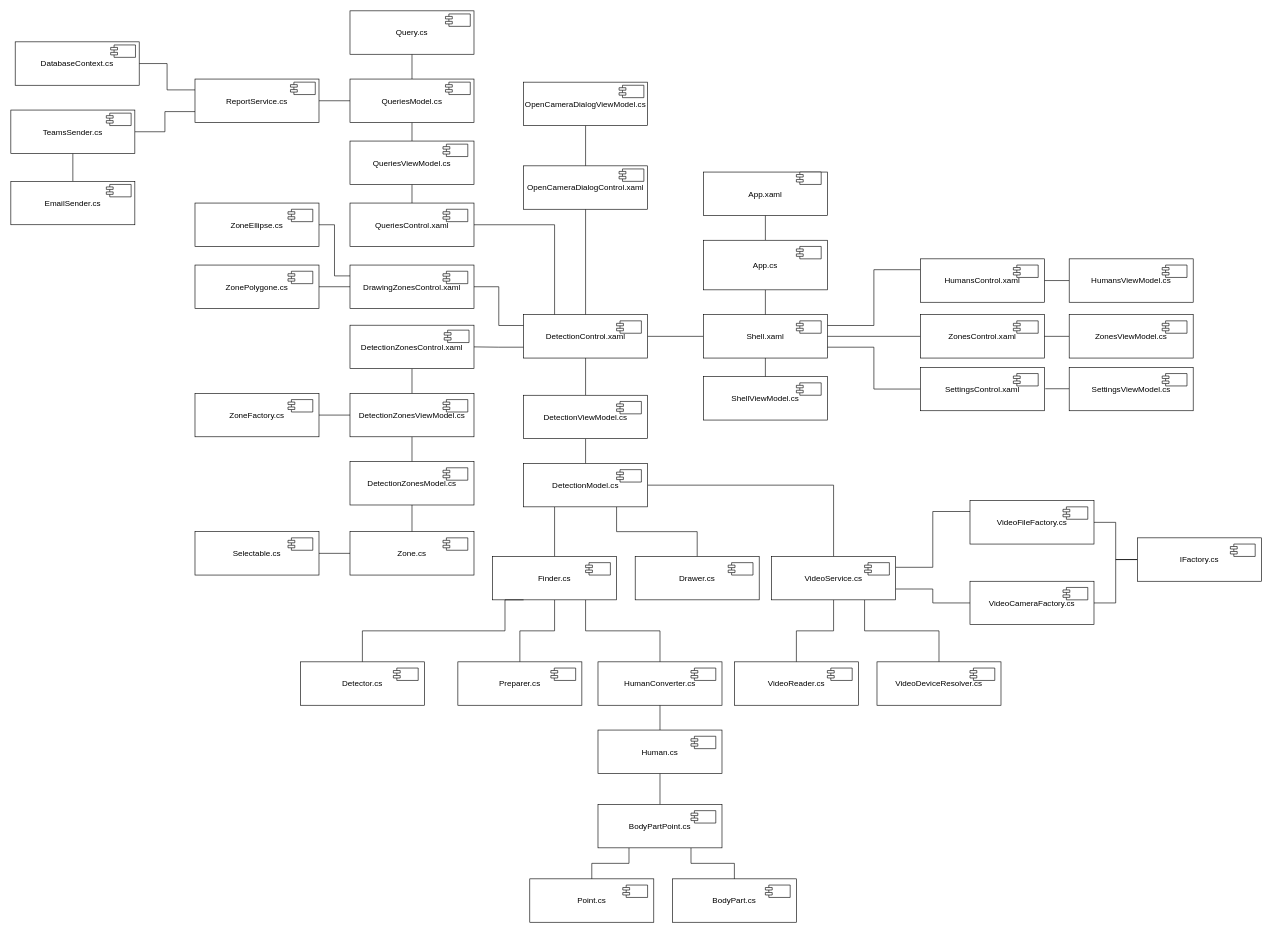
The draw.io diagram page "Modules" (6 of 8) of Engineering/Main-diagrams.drawio in GoldGreen/Skeletonization, before the edit. Source tidied: cells renumbered, new cells numbered last; positions are measured from the earlier drawing's top-left corner, leaving out a move shared by most shapes. Both pictures are drawn from the tidied source at 62%, with x=0, y=0 at pixel (11, 11).
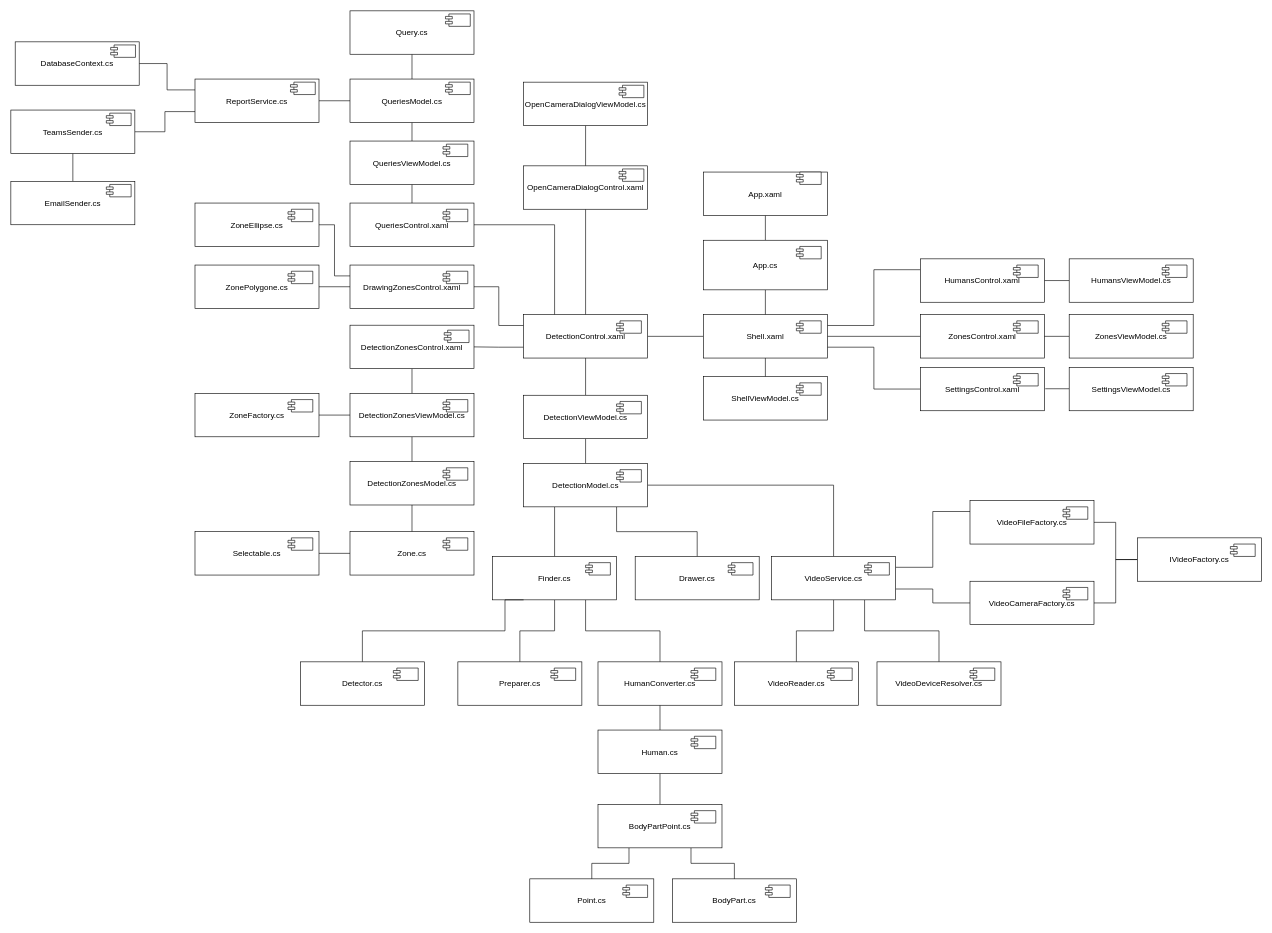
The same page after the edit.

Change to the diagram source:
```diff
@@
-    <mxCell id="139" value="IFactory.cs" style="rounded=0;whiteSpace=wrap;html=1;fontSize=13;" parent="1" vertex="1">
+    <mxCell id="139" value="IVideoFactory.cs" style="rounded=0;whiteSpace=wrap;html=1;fontSize=13;" parent="1" vertex="1">
       <mxGeometry x="1817" y="850" width="200" height="70" as="geometry" />
     </mxCell>
```
